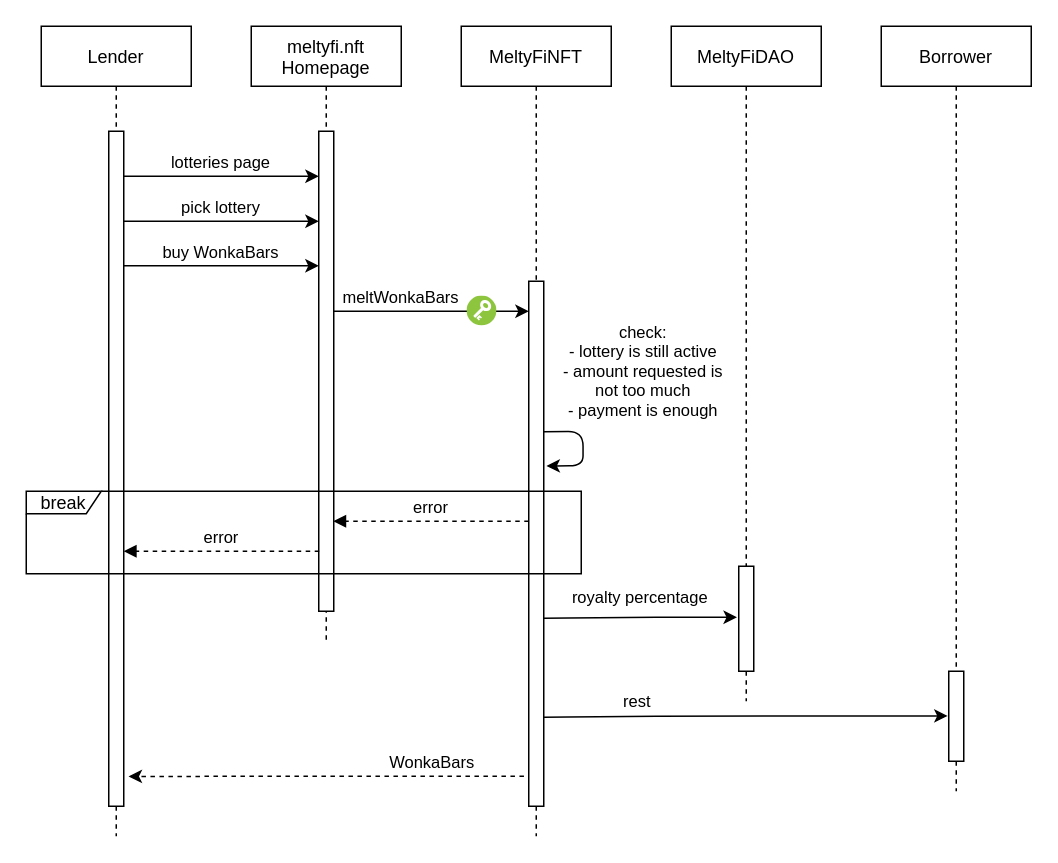
Above: page "Pagina-4" (4 of 5) of report/diagrams/sequence_diagrams.drawio in VincenzoImp/meltyfi (draw.io), before the change. Source tidied: cells renumbered, new cells numbered last; positions are measured from the earlier drawing's top-left corner, leaving out a move shared by most shapes. Both pictures are drawn from the tidied source at 150%, with x=0, y=0 at pixel (26, 26).
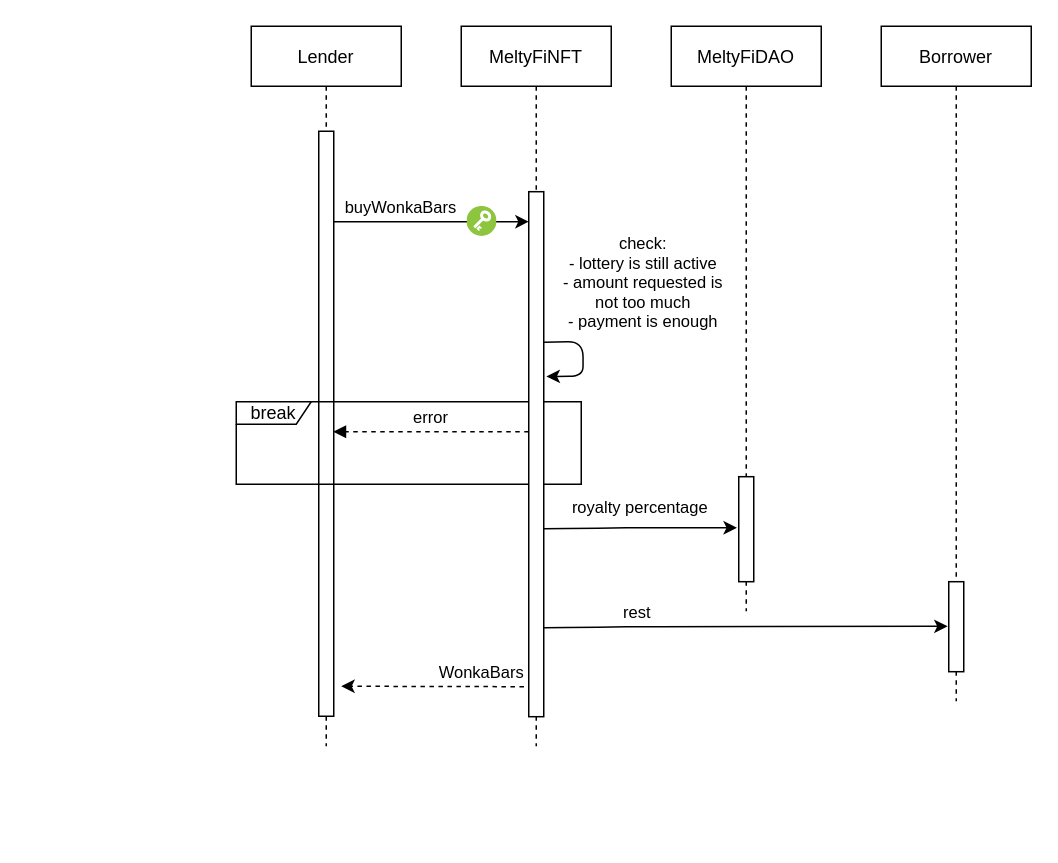
The same diagram, later.

The edit, as a diff of the source:
```diff
@@
+    <mxCell id="21" value="MeltyFiDAO" style="shape=umlLifeline;perimeter=lifelinePerimeter;rounded=0;shadow=0;strokeWidth=1;" parent="1" vertex="1">
+      <mxGeometry x="430" width="100" height="390" as="geometry" />
+    </mxCell>
+    <mxCell id="11" value="MeltyFiNFT" style="shape=umlLifeline;perimeter=lifelinePerimeter;rounded=0;shadow=0;strokeWidth=1;" parent="1" vertex="1">
+      <mxGeometry x="290" width="100" height="480" as="geometry" />
+    </mxCell>
     <mxCell id="2" value="Borrower" style="shape=umlLifeline;perimeter=lifelinePerimeter;rounded=0;shadow=0;strokeWidth=1;" parent="1" vertex="1">
-      <mxGeometry x="570" width="100" height="510" as="geometry" />
+      <mxGeometry x="570" width="100" height="450" as="geometry" />
     </mxCell>
-    <mxCell id="3" style="points=[];perimeter=orthogonalPerimeter;rounded=0;shadow=0;strokeWidth=1;" parent="2" vertex="1">
-      <mxGeometry x="45" y="430" width="10" height="60" as="geometry" />
-    </mxCell>
-    <mxCell id="4" value="Lender" style="shape=umlLifeline;perimeter=lifelinePerimeter;rounded=0;shadow=0;strokeWidth=1;" parent="1" vertex="1">
-      <mxGeometry x="10" width="100" height="540" as="geometry" />
-    </mxCell>
-    <mxCell id="5" style="perimeter=orthogonalPerimeter;rounded=0;shadow=0;strokeWidth=1;" parent="4" vertex="1">
-      <mxGeometry x="45" y="70" width="10" height="450" as="geometry" />
-    </mxCell>
-    <mxCell id="6" value="meltyfi.nft&#10;Homepage" style="shape=umlLifeline;perimeter=lifelinePerimeter;rounded=0;shadow=0;strokeWidth=1;" parent="1" vertex="1">
-      <mxGeometry x="150" width="100" height="410" as="geometry" />
+    <mxCell id="6" value="Lender" style="shape=umlLifeline;perimeter=lifelinePerimeter;rounded=0;shadow=0;strokeWidth=1;" parent="1" vertex="1">
+      <mxGeometry x="150" width="100" height="480" as="geometry" />
     </mxCell>
     <mxCell id="7" style="perimeter=orthogonalPerimeter;rounded=0;shadow=0;strokeWidth=1;" parent="6" vertex="1">
-      <mxGeometry x="45" y="70" width="10" height="320" as="geometry" />
+      <mxGeometry x="45" y="70" width="10" height="390" as="geometry" />
     </mxCell>
-    <mxCell id="8" value="buy WonkaBars" style="verticalAlign=bottom;endArrow=none;shadow=0;strokeWidth=1;entryX=0.967;entryY=0.219;entryDx=0;entryDy=0;entryPerimeter=0;startArrow=classic;startFill=1;endFill=0;" parent="6" edge="1">
-      <mxGeometry relative="1" as="geometry">
-        <mxPoint x="45" y="159.7" as="sourcePoint" />
-        <mxPoint x="-85.3" y="159.7" as="targetPoint" />
-      </mxGeometry>
-    </mxCell>
-    <mxCell id="9" value="pick lottery" style="verticalAlign=bottom;endArrow=none;shadow=0;strokeWidth=1;entryX=0.967;entryY=0.219;entryDx=0;entryDy=0;entryPerimeter=0;startArrow=classic;startFill=1;endFill=0;" parent="6" edge="1">
-      <mxGeometry relative="1" as="geometry">
-        <mxPoint x="45" y="130" as="sourcePoint" />
-        <mxPoint x="-85.3" y="130" as="targetPoint" />
-      </mxGeometry>
-    </mxCell>
-    <mxCell id="10" value="lotteries page" style="verticalAlign=bottom;endArrow=none;shadow=0;strokeWidth=1;entryX=0.967;entryY=0.219;entryDx=0;entryDy=0;entryPerimeter=0;startArrow=classic;startFill=1;endFill=0;" parent="1" edge="1">
-      <mxGeometry relative="1" as="geometry">
-        <mxPoint x="195" y="100" as="sourcePoint" />
-        <mxPoint x="64.7" y="100" as="targetPoint" />
-      </mxGeometry>
-    </mxCell>
-    <mxCell id="11" value="MeltyFiNFT" style="shape=umlLifeline;perimeter=lifelinePerimeter;rounded=0;shadow=0;strokeWidth=1;" parent="1" vertex="1">
-      <mxGeometry x="290" width="100" height="540" as="geometry" />
-    </mxCell>
+    <mxCell id="18" value="break" style="shape=umlFrame;whiteSpace=wrap;html=1;width=50;height=15;" parent="1" vertex="1">
+      <mxGeometry x="140" y="250.3" width="230" height="55" as="geometry" />
+    </mxCell>
+    <mxCell id="3" style="points=[];perimeter=orthogonalPerimeter;rounded=0;shadow=0;strokeWidth=1;" parent="1" vertex="1">
+      <mxGeometry x="615" y="370.3" width="10" height="60" as="geometry" />
+    </mxCell>
-    <mxCell id="12" style="perimeter=orthogonalPerimeter;rounded=0;shadow=0;strokeWidth=1;" parent="11" vertex="1">
-      <mxGeometry x="45" y="170" width="10" height="350" as="geometry" />
+    <mxCell id="12" style="perimeter=orthogonalPerimeter;rounded=0;shadow=0;strokeWidth=1;" parent="1" vertex="1">
+      <mxGeometry x="335" y="110.3" width="10" height="350" as="geometry" />
     </mxCell>
-    <mxCell id="13" value="meltWonkaBars" style="verticalAlign=bottom;endArrow=none;shadow=0;strokeWidth=1;entryX=0.967;entryY=0.219;entryDx=0;entryDy=0;entryPerimeter=0;startArrow=classic;startFill=1;endFill=0;" parent="11" edge="1">
+    <mxCell id="13" value="buyWonkaBars" style="verticalAlign=bottom;endArrow=none;shadow=0;strokeWidth=1;entryX=0.967;entryY=0.219;entryDx=0;entryDy=0;entryPerimeter=0;startArrow=classic;startFill=1;endFill=0;" parent="1" edge="1">
       <mxGeometry x="0.3" relative="1" as="geometry">
-        <mxPoint x="45" y="190" as="sourcePoint" />
-        <mxPoint x="-85.3" y="190" as="targetPoint" />
+        <mxPoint x="335" y="130.3" as="sourcePoint" />
+        <mxPoint x="204.7" y="130.3" as="targetPoint" />
       </mxGeometry>
     </mxCell>
-    <mxCell id="14" style="perimeter=ellipsePerimeter;html=1;align=center;shadow=0;dashed=0;fontColor=#4277BB;labelBackgroundColor=#ffffff;fontSize=12;spacingTop=3;image;image=img/lib/ibm/vpc/Key.svg;" parent="11" vertex="1">
-      <mxGeometry x="4" y="180" width="20" height="20" as="geometry" />
+    <mxCell id="14" style="perimeter=ellipsePerimeter;html=1;align=center;shadow=0;dashed=0;fontColor=#4277BB;labelBackgroundColor=#ffffff;fontSize=12;spacingTop=3;image;image=img/lib/ibm/vpc/Key.svg;" parent="1" vertex="1">
+      <mxGeometry x="294" y="120.3" width="20" height="20" as="geometry" />
     </mxCell>
-    <mxCell id="15" style="endArrow=classic;html=1;exitX=0.883;exitY=0.392;exitDx=0;exitDy=0;exitPerimeter=0;entryX=1.06;entryY=0.413;entryDx=0;entryDy=0;entryPerimeter=0;jumpStyle=none;jumpSize=6;strokeWidth=1;strokeColor=default;rounded=1;" parent="11" edge="1">
+    <mxCell id="15" style="endArrow=classic;html=1;exitX=0.883;exitY=0.392;exitDx=0;exitDy=0;exitPerimeter=0;entryX=1.06;entryY=0.413;entryDx=0;entryDy=0;entryPerimeter=0;jumpStyle=none;jumpSize=6;strokeWidth=1;strokeColor=default;rounded=1;" parent="1" edge="1">
       <mxGeometry relative="1" as="geometry">
-        <mxPoint x="55" y="270.3" as="sourcePoint" />
-        <mxPoint x="56.8" y="293.2" as="targetPoint" />
+        <mxPoint x="345" y="210.6" as="sourcePoint" />
+        <mxPoint x="346.8" y="233.5" as="targetPoint" />
         <Array as="points">
-          <mxPoint x="81.2" y="270" />
-          <mxPoint x="81.2" y="293" />
+          <mxPoint x="371.2" y="210.3" />
+          <mxPoint x="371.2" y="233.3" />
         </Array>
       </mxGeometry>
     </mxCell>
@@
-    <mxCell id="17" value="error" style="verticalAlign=bottom;endArrow=block;shadow=0;strokeWidth=1;entryX=0.967;entryY=0.219;entryDx=0;entryDy=0;entryPerimeter=0;dashed=1;" parent="11" edge="1">
+    <mxCell id="17" value="error" style="verticalAlign=bottom;endArrow=block;shadow=0;strokeWidth=1;entryX=0.967;entryY=0.219;entryDx=0;entryDy=0;entryPerimeter=0;dashed=1;" parent="1" edge="1">
       <mxGeometry relative="1" as="geometry">
-        <mxPoint x="45" y="330" as="sourcePoint" />
-        <mxPoint x="-85.3" y="330" as="targetPoint" />
+        <mxPoint x="335" y="270.3" as="sourcePoint" />
+        <mxPoint x="204.7" y="270.3" as="targetPoint" />
       </mxGeometry>
     </mxCell>
-    <mxCell id="18" value="break" style="shape=umlFrame;whiteSpace=wrap;html=1;width=50;height=15;" parent="11" vertex="1">
-      <mxGeometry x="-290" y="310" width="370" height="55" as="geometry" />
-    </mxCell>
-    <mxCell id="19" style="endArrow=classic;html=1;exitX=0.883;exitY=0.392;exitDx=0;exitDy=0;exitPerimeter=0;jumpStyle=none;jumpSize=6;strokeWidth=1;strokeColor=default;rounded=1;entryX=-0.071;entryY=0.496;entryDx=0;entryDy=0;entryPerimeter=0;" parent="11" edge="1" target="3">
+    <mxCell id="19" style="endArrow=classic;html=1;exitX=0.883;exitY=0.392;exitDx=0;exitDy=0;exitPerimeter=0;jumpStyle=none;jumpSize=6;strokeWidth=1;strokeColor=default;rounded=1;entryX=-0.071;entryY=0.496;entryDx=0;entryDy=0;entryPerimeter=0;" parent="1" edge="1" target="3">
       <mxGeometry relative="1" as="geometry">
-        <mxPoint x="55" y="460.7" as="sourcePoint" />
+        <mxPoint x="345" y="401" as="sourcePoint" />
         <Array as="points">
-          <mxPoint x="81.2" y="460.4" />
-          <mxPoint x="120" y="460" />
+          <mxPoint x="371.2" y="400.7" />
+          <mxPoint x="410" y="400.3" />
         </Array>
       </mxGeometry>
     </mxCell>
@@
-    <mxCell id="21" value="MeltyFiDAO" style="shape=umlLifeline;perimeter=lifelinePerimeter;rounded=0;shadow=0;strokeWidth=1;" parent="1" vertex="1">
-      <mxGeometry x="430" width="100" height="450" as="geometry" />
-    </mxCell>
-    <mxCell id="22" style="points=[];perimeter=orthogonalPerimeter;rounded=0;shadow=0;strokeWidth=1;" parent="21" vertex="1">
-      <mxGeometry x="45" y="360" width="10" height="70" as="geometry" />
+    <mxCell id="22" style="points=[];perimeter=orthogonalPerimeter;rounded=0;shadow=0;strokeWidth=1;" parent="1" vertex="1">
+      <mxGeometry x="475" y="300.3" width="10" height="70" as="geometry" />
     </mxCell>
-    <mxCell id="23" style="endArrow=classic;html=1;exitX=0.883;exitY=0.392;exitDx=0;exitDy=0;exitPerimeter=0;jumpStyle=none;jumpSize=6;strokeWidth=1;strokeColor=default;rounded=1;entryX=-0.12;entryY=0.486;entryDx=0;entryDy=0;entryPerimeter=0;" parent="21" edge="1" target="22">
+    <mxCell id="23" style="endArrow=classic;html=1;exitX=0.883;exitY=0.392;exitDx=0;exitDy=0;exitPerimeter=0;jumpStyle=none;jumpSize=6;strokeWidth=1;strokeColor=default;rounded=1;entryX=-0.12;entryY=0.486;entryDx=0;entryDy=0;entryPerimeter=0;" parent="1" edge="1" target="22">
       <mxGeometry relative="1" as="geometry">
-        <mxPoint x="-85" y="394.7" as="sourcePoint" />
+        <mxPoint x="345" y="335" as="sourcePoint" />
         <Array as="points">
-          <mxPoint x="-58.8" y="394.4" />
-          <mxPoint x="-20" y="394" />
+          <mxPoint x="371.2" y="334.7" />
+          <mxPoint x="410" y="334.3" />
         </Array>
       </mxGeometry>
     </mxCell>
@@
-    <mxCell id="25" value="error" style="verticalAlign=bottom;endArrow=block;shadow=0;strokeWidth=1;entryX=0.967;entryY=0.219;entryDx=0;entryDy=0;entryPerimeter=0;dashed=1;" parent="1" edge="1">
-      <mxGeometry relative="1" as="geometry">
-        <mxPoint x="195.3" y="350" as="sourcePoint" />
-        <mxPoint x="65" y="350" as="targetPoint" />
-      </mxGeometry>
-    </mxCell>
-    <mxCell id="26" value="WonkaBars" style="verticalAlign=bottom;endArrow=classic;shadow=0;strokeWidth=1;entryX=-0.138;entryY=0.777;entryDx=0;entryDy=0;entryPerimeter=0;startArrow=none;startFill=0;endFill=1;dashed=1;" parent="1" edge="1">
+    <mxCell id="26" value="WonkaBars" style="verticalAlign=bottom;endArrow=classic;shadow=0;strokeWidth=1;startArrow=none;startFill=0;endFill=1;dashed=1;" parent="1" edge="1">
       <mxGeometry x="-0.54" relative="1" as="geometry">
-        <mxPoint x="331.8" y="500" as="sourcePoint" />
-        <mxPoint x="68.2" y="500.1" as="targetPoint" />
+        <mxPoint x="331.8" y="440.3" as="sourcePoint" />
+        <mxPoint x="210" y="440" as="targetPoint" />
       </mxGeometry>
     </mxCell>
```
